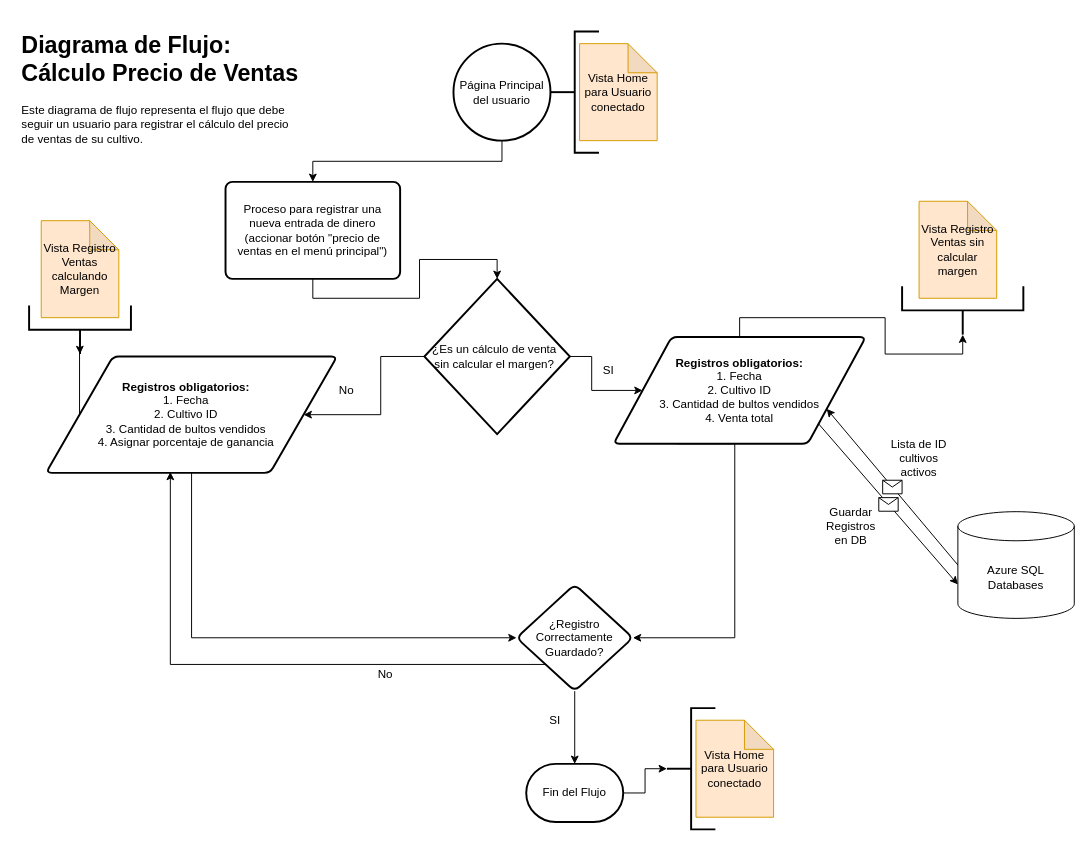
The draw.io diagram page "Income Records" (4 of 5) of flowchart.drawio in Waldemar77/PapAppCost_FlowChart, before the edit. Source tidied: cells renumbered, new cells numbered last; positions are measured from the earlier drawing's top-left corner, leaving out a move shared by most shapes. Both pictures are drawn from the tidied source at 97%, with x=0, y=0 at pixel (16, 26).
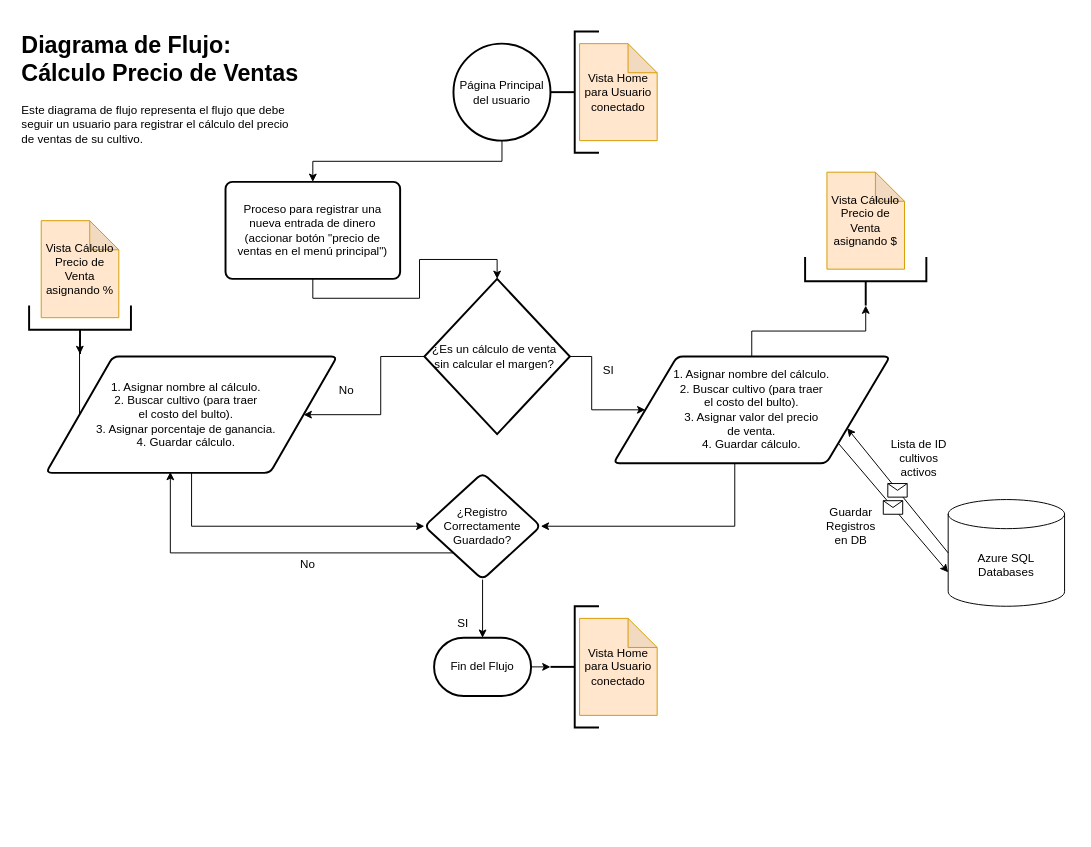
After the change.

Commit message:
fixing the calculate views

Change to the diagram source:
```diff
@@
     <mxCell id="7" style="edgeStyle=orthogonalEdgeStyle;rounded=0;jettySize=auto;html=1;exitX=0.25;exitY=1;exitDx=0;exitDy=0;entryX=1;entryY=0.5;entryDx=0;entryDy=0;" parent="1" edge="1" source="9" target="16">
       <mxGeometry relative="1" as="geometry">
         <Array as="points">
+          <mxPoint x="686" y="430" />
           <mxPoint x="740" y="430" />
-          <mxPoint x="740" y="630" />
+          <mxPoint x="740" y="515" />
         </Array>
       </mxGeometry>
     </mxCell>
@@
-    <mxCell id="9" value="&lt;b&gt;Registros obligatorios:&lt;/b&gt;&lt;br&gt;1. Fecha&lt;br&gt;2. Cultivo ID&lt;br&gt;3. Cantidad de bultos vendidos&lt;br&gt;4. Venta total" style="shape=parallelogram;html=1;strokeWidth=2;perimeter=parallelogramPerimeter;whiteSpace=wrap;rounded=1;arcSize=12;size=0.23;align=center;" parent="1" vertex="1">
-      <mxGeometry x="615" y="320" width="260" height="110" as="geometry" />
+    <mxCell id="9" value="1. Asignar nombre del cálculo.&lt;br&gt;2. Buscar cultivo (para traer&lt;br&gt;el costo del bulto).&lt;br&gt;3. Asignar valor del precio&lt;br&gt;de venta.&lt;br&gt;4. Guardar cálculo." style="shape=parallelogram;html=1;strokeWidth=2;perimeter=parallelogramPerimeter;whiteSpace=wrap;rounded=1;arcSize=12;size=0.23;align=center;" parent="1" vertex="1">
+      <mxGeometry x="615" y="340" width="285" height="110" as="geometry" />
     </mxCell>
     <mxCell id="10" value="Azure SQL Databases" style="shape=cylinder3;whiteSpace=wrap;html=1;boundedLbl=1;backgroundOutline=1;size=15;" parent="1" vertex="1">
-      <mxGeometry x="970" y="500" width="120" height="110" as="geometry" />
+      <mxGeometry x="960" y="487.5" width="120" height="110" as="geometry" />
     </mxCell>
@@
     <mxCell id="12" value="Fin del Flujo" style="strokeWidth=2;html=1;shape=mxgraph.flowchart.terminator;whiteSpace=wrap;" parent="1" vertex="1">
-      <mxGeometry x="525" y="760" width="100" height="60" as="geometry" />
+      <mxGeometry x="430" y="630" width="100" height="60" as="geometry" />
     </mxCell>
@@
-    <mxCell id="14" style="edgeStyle=orthogonalEdgeStyle;rounded=0;jettySize=auto;html=1;entryX=0.5;entryY=0;entryDx=0;entryDy=0;entryPerimeter=0;exitX=0.5;exitY=1;exitDx=0;exitDy=0;" parent="1" edge="1" source="16" target="12">
+    <mxCell id="14" style="edgeStyle=orthogonalEdgeStyle;rounded=0;jettySize=auto;html=1;exitX=0.5;exitY=1;exitDx=0;exitDy=0;entryX=0.5;entryY=0;entryDx=0;entryDy=0;entryPerimeter=0;" parent="1" edge="1" source="16" target="12">
       <mxGeometry relative="1" as="geometry" />
     </mxCell>
@@
     <mxCell id="16" value="¿Registro Correctamente Guardado?" style="rhombus;whiteSpace=wrap;html=1;rounded=1;arcSize=14;strokeWidth=2;" parent="1" vertex="1">
-      <mxGeometry x="515" y="575" width="120" height="110" as="geometry" />
+      <mxGeometry x="420" y="460" width="120" height="110" as="geometry" />
     </mxCell>
@@
     <mxCell id="18" value="SI" style="text;html=1;strokeColor=none;fillColor=none;align=center;verticalAlign=middle;whiteSpace=wrap;rounded=0;" parent="1" vertex="1">
-      <mxGeometry x="525" y="700" width="60" height="30" as="geometry" />
+      <mxGeometry x="430" y="600" width="60" height="30" as="geometry" />
     </mxCell>
     <mxCell id="19" value="Vista Home para Usuario conectado" style="shape=note;whiteSpace=wrap;html=1;backgroundOutline=1;darkOpacity=0.05;fillColor=#ffe6cc;strokeColor=#d79b00;" parent="1" vertex="1">
-      <mxGeometry x="700" y="715" width="80" height="100" as="geometry" />
+      <mxGeometry x="580" y="610" width="80" height="100" as="geometry" />
     </mxCell>
     <mxCell id="20" style="strokeWidth=2;html=1;shape=mxgraph.flowchart.annotation_2;align=left;labelPosition=right;rotation=0;" parent="1" vertex="1">
-      <mxGeometry x="670" y="702.5" width="50" height="125" as="geometry" />
+      <mxGeometry x="550" y="597.5" width="50" height="125" as="geometry" />
     </mxCell>
@@
-    <mxCell id="29" value="&lt;b&gt;Registros obligatorios:&lt;/b&gt;&lt;br&gt;1. Fecha&lt;br&gt;2. Cultivo ID&lt;br&gt;3. Cantidad de bultos vendidos&lt;br&gt;4. Asignar porcentaje de ganancia" style="shape=parallelogram;html=1;strokeWidth=2;perimeter=parallelogramPerimeter;whiteSpace=wrap;rounded=1;arcSize=12;size=0.23;spacingRight=11;" parent="1" vertex="1">
+    <mxCell id="29" value="1. Asignar nombre al cálculo.&lt;br&gt;2. Buscar cultivo (para traer &lt;br&gt;el costo del bulto).&lt;br&gt;3. Asignar porcentaje de ganancia.&lt;br&gt;4. Guardar cálculo." style="shape=parallelogram;html=1;strokeWidth=2;perimeter=parallelogramPerimeter;whiteSpace=wrap;rounded=1;arcSize=12;size=0.23;spacingRight=11;" parent="1" vertex="1">
       <mxGeometry x="30" y="340" width="300" height="120" as="geometry" />
     </mxCell>
@@
     <mxCell id="31" value="No" style="text;html=1;strokeColor=none;fillColor=none;align=center;verticalAlign=middle;whiteSpace=wrap;rounded=0;" parent="1" vertex="1">
-      <mxGeometry x="350" y="652.5" width="60" height="30" as="geometry" />
+      <mxGeometry x="270" y="540" width="60" height="30" as="geometry" />
     </mxCell>
-    <mxCell id="32" value="Vista Registro Ventas calculando Margen" style="shape=note;whiteSpace=wrap;html=1;backgroundOutline=1;darkOpacity=0.05;fillColor=#ffe6cc;strokeColor=#d79b00;" parent="1" vertex="1">
+    <mxCell id="32" value="Vista Cálculo Precio de Venta asignando %" style="shape=note;whiteSpace=wrap;html=1;backgroundOutline=1;darkOpacity=0.05;fillColor=#ffe6cc;strokeColor=#d79b00;" parent="1" vertex="1">
       <mxGeometry x="25" y="200" width="80" height="100" as="geometry" />
     </mxCell>
@@
-    <mxCell id="34" value="Vista Registro Ventas sin calcular margen" style="shape=note;whiteSpace=wrap;html=1;backgroundOutline=1;darkOpacity=0.05;fillColor=#ffe6cc;strokeColor=#d79b00;" parent="1" vertex="1">
-      <mxGeometry x="930" y="180" width="80" height="100" as="geometry" />
+    <mxCell id="34" value="Vista Cálculo Precio de Venta asignando $" style="shape=note;whiteSpace=wrap;html=1;backgroundOutline=1;darkOpacity=0.05;fillColor=#ffe6cc;strokeColor=#d79b00;" parent="1" vertex="1">
+      <mxGeometry x="835" y="150" width="80" height="100" as="geometry" />
     </mxCell>
     <mxCell id="35" style="strokeWidth=2;html=1;shape=mxgraph.flowchart.annotation_2;align=left;labelPosition=right;rotation=-90;" parent="1" vertex="1">
-      <mxGeometry x="950" y="230" width="50" height="125" as="geometry" />
+      <mxGeometry x="850" y="200" width="50" height="125" as="geometry" />
     </mxCell>
```
